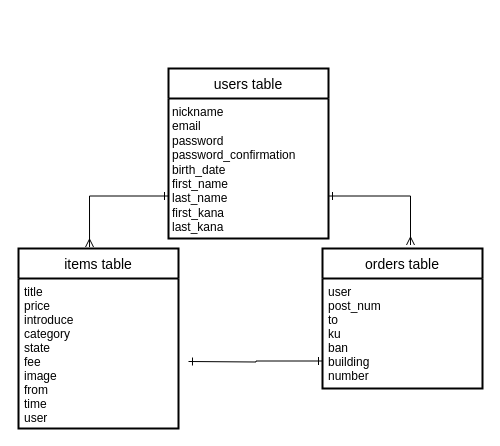
Earlier version of the draw.io diagram er.dio (tomi-moto/furima-35525). Source tidied: cells renumbered, new cells numbered last; positions are measured from the earlier drawing's top-left corner, leaving out a move shared by most shapes. Both pictures are drawn from the tidied source at 100%, with x=0, y=0 at pixel (18, 68).
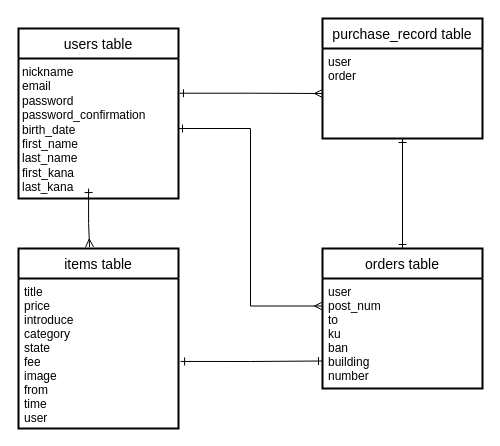
The same diagram, later.

What changed in the source:
```diff
@@
 <mxGraphModel>
   <root>
     <mxCell id="0" />
     <mxCell id="1" parent="0" />
-    <mxCell id="2" style="edgeStyle=orthogonalEdgeStyle;rounded=0;jettySize=auto;html=1;exitX=1;exitY=0.75;exitDx=0;exitDy=0;entryX=0.55;entryY=-0.025;entryDx=0;entryDy=0;entryPerimeter=0;endArrow=ERmany;endFill=0;startArrow=ERone;startFill=0;" parent="1" edge="1" source="4" target="8">
+    <mxCell id="2" style="edgeStyle=orthogonalEdgeStyle;rounded=0;jettySize=auto;html=1;exitX=1.006;exitY=0.248;exitDx=0;exitDy=0;entryX=0;entryY=0.5;entryDx=0;entryDy=0;endArrow=ERmany;endFill=0;startArrow=ERone;startFill=0;exitPerimeter=0;" parent="1" edge="1" source="5" target="12">
       <mxGeometry relative="1" as="geometry" />
     </mxCell>
-    <mxCell id="3" style="edgeStyle=orthogonalEdgeStyle;rounded=0;jettySize=auto;html=1;exitX=0;exitY=0.75;exitDx=0;exitDy=0;entryX=0.444;entryY=-0.008;entryDx=0;entryDy=0;entryPerimeter=0;endArrow=ERmany;endFill=0;startArrow=ERone;startFill=0;" parent="1" edge="1" source="4" target="6">
+    <mxCell id="3" style="edgeStyle=orthogonalEdgeStyle;rounded=0;jettySize=auto;html=1;exitX=0.438;exitY=0.929;exitDx=0;exitDy=0;entryX=0.444;entryY=-0.008;entryDx=0;entryDy=0;entryPerimeter=0;endArrow=ERmany;endFill=0;startArrow=ERone;startFill=0;exitPerimeter=0;" parent="1" edge="1" source="5" target="6">
       <mxGeometry relative="1" as="geometry" />
     </mxCell>
     <mxCell id="4" value="users table" style="swimlane;horizontal=1;startSize=30;rounded=1;fontSize=14;fontStyle=0;strokeWidth=2;shadow=0;dashed=0;align=center;arcSize=0;verticalAlign=middle;" parent="1" vertex="1">
-      <mxGeometry x="150" width="160" height="170" as="geometry" />
+      <mxGeometry y="-40" width="160" height="170" as="geometry" />
     </mxCell>
     <mxCell id="5" value="nickname&lt;br&gt;email&lt;br&gt;password&lt;br&gt;password_confirmation&lt;br&gt;birth_date&lt;br&gt;first_name&lt;br&gt;last_name&lt;br&gt;first_kana&lt;br&gt;last_kana&lt;br&gt;" style="text;html=1;align=left;verticalAlign=top;points=[];spacingLeft=2;" parent="4" vertex="1">
       <mxGeometry y="30" width="160" height="140" as="geometry" />
     </mxCell>
     <mxCell id="6" value="items table" style="swimlane;horizontal=1;startSize=30;rounded=1;fontSize=14;fontStyle=0;strokeWidth=2;shadow=0;dashed=0;align=center;arcSize=0;" parent="1" vertex="1">
       <mxGeometry y="180" width="160" height="180" as="geometry" />
     </mxCell>
     <mxCell id="7" value="title&#10;price&#10;introduce&#10;category&#10;state&#10;fee&#10;image&#10;from&#10;time&#10;user" style="align=left;strokeColor=none;fillColor=none;spacingLeft=4;fontSize=12;verticalAlign=top;" parent="6" vertex="1">
       <mxGeometry y="30" width="160" height="150" as="geometry" />
     </mxCell>
     <mxCell id="8" value="orders table" style="swimlane;horizontal=1;startSize=30;rounded=1;fontSize=14;fontStyle=0;strokeWidth=2;shadow=0;dashed=0;align=center;arcSize=0;" parent="1" vertex="1">
       <mxGeometry x="304" y="180" width="160" height="140" as="geometry" />
     </mxCell>
     <mxCell id="9" value="user&#10;post_num&#10;to&#10;ku&#10;ban&#10;building&#10;number" style="align=left;strokeColor=none;fillColor=none;spacingLeft=4;fontSize=12;verticalAlign=top;" parent="8" vertex="1">
       <mxGeometry y="30" width="160" height="110" as="geometry" />
     </mxCell>
-    <mxCell id="10" style="edgeStyle=orthogonalEdgeStyle;rounded=0;jettySize=auto;html=1;entryX=0;entryY=0.75;entryDx=0;entryDy=0;endArrow=ERone;endFill=0;startArrow=ERone;startFill=0;" parent="1" edge="1" target="9">
-      <mxGeometry relative="1" as="geometry">
-        <mxPoint x="170" y="293" as="sourcePoint" />
-      </mxGeometry>
+    <mxCell id="10" style="edgeStyle=orthogonalEdgeStyle;rounded=0;jettySize=auto;html=1;entryX=0;entryY=0.75;entryDx=0;entryDy=0;endArrow=ERone;endFill=0;startArrow=ERone;startFill=0;exitX=1.013;exitY=0.553;exitDx=0;exitDy=0;exitPerimeter=0;" parent="1" edge="1" source="7" target="9">
+      <mxGeometry relative="1" as="geometry" />
     </mxCell>
+    <mxCell id="11" value="purchase_record table" style="swimlane;horizontal=1;startSize=30;rounded=1;fontSize=14;fontStyle=0;strokeWidth=2;shadow=0;dashed=0;align=center;arcSize=0;" parent="1" vertex="1">
+      <mxGeometry x="304" y="-50" width="160" height="120" as="geometry" />
+    </mxCell>
+    <mxCell id="12" value="user&#10;order" style="align=left;strokeColor=none;fillColor=none;spacingLeft=4;fontSize=12;verticalAlign=top;" parent="11" vertex="1">
+      <mxGeometry y="30" width="160" height="90" as="geometry" />
+    </mxCell>
+    <mxCell id="13" style="edgeStyle=orthogonalEdgeStyle;rounded=0;jettySize=auto;html=1;entryX=0.5;entryY=0;entryDx=0;entryDy=0;startArrow=ERone;startFill=0;endArrow=ERone;endFill=0;" parent="1" edge="1" source="12" target="8">
+      <mxGeometry relative="1" as="geometry" />
+    </mxCell>
+    <mxCell id="14" style="edgeStyle=orthogonalEdgeStyle;rounded=0;jettySize=auto;html=1;entryX=0;entryY=0.25;entryDx=0;entryDy=0;endArrow=ERmany;endFill=0;startArrow=ERone;startFill=0;" parent="1" edge="1" source="5" target="9">
+      <mxGeometry relative="1" as="geometry" />
+    </mxCell>
   </root>
 </mxGraphModel>
```
